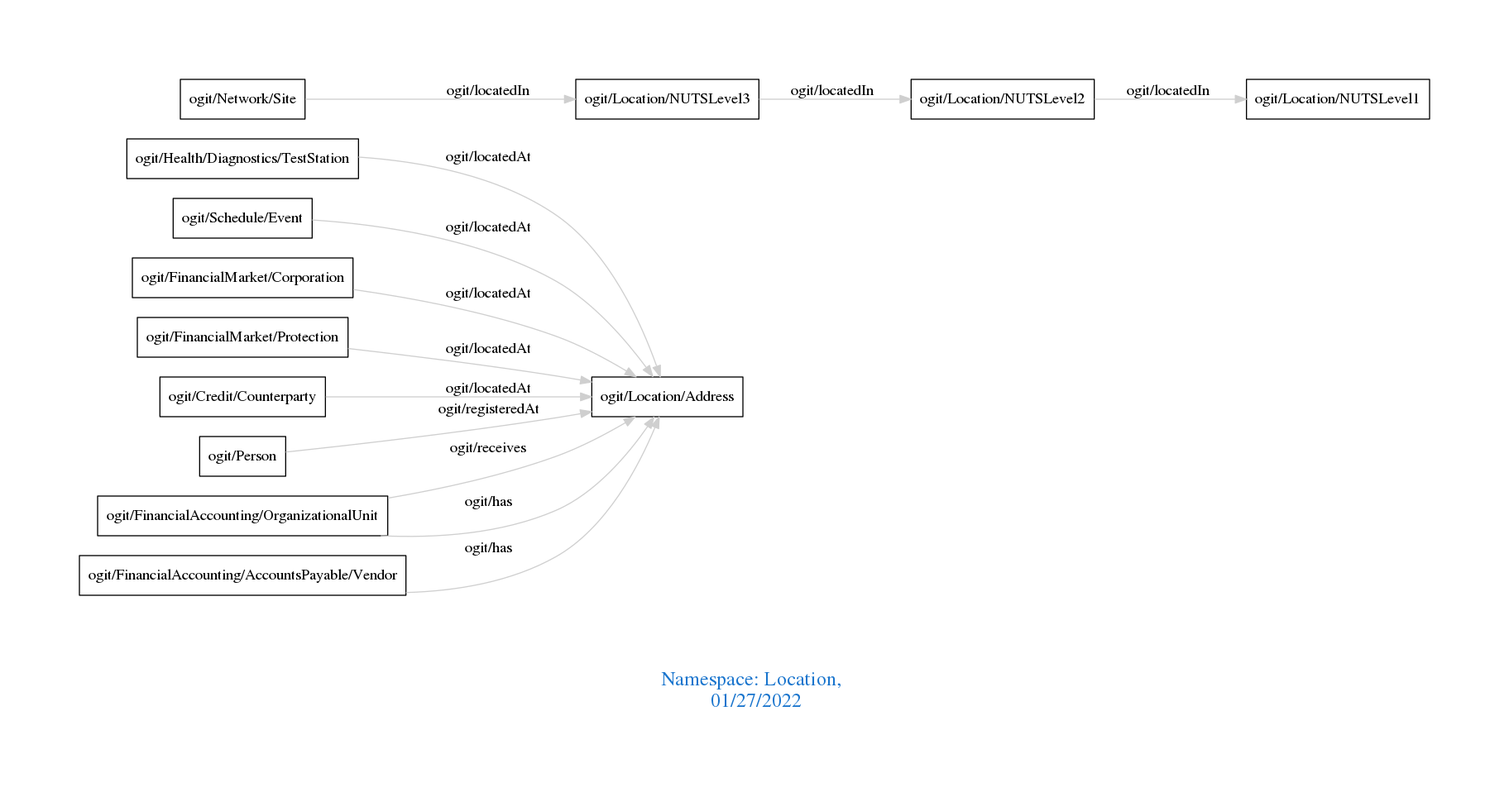
The Graphviz diagram downloads/Location.png in arago/OGIT, before a commit. Its source is kept beside it as downloads/Location.dot.
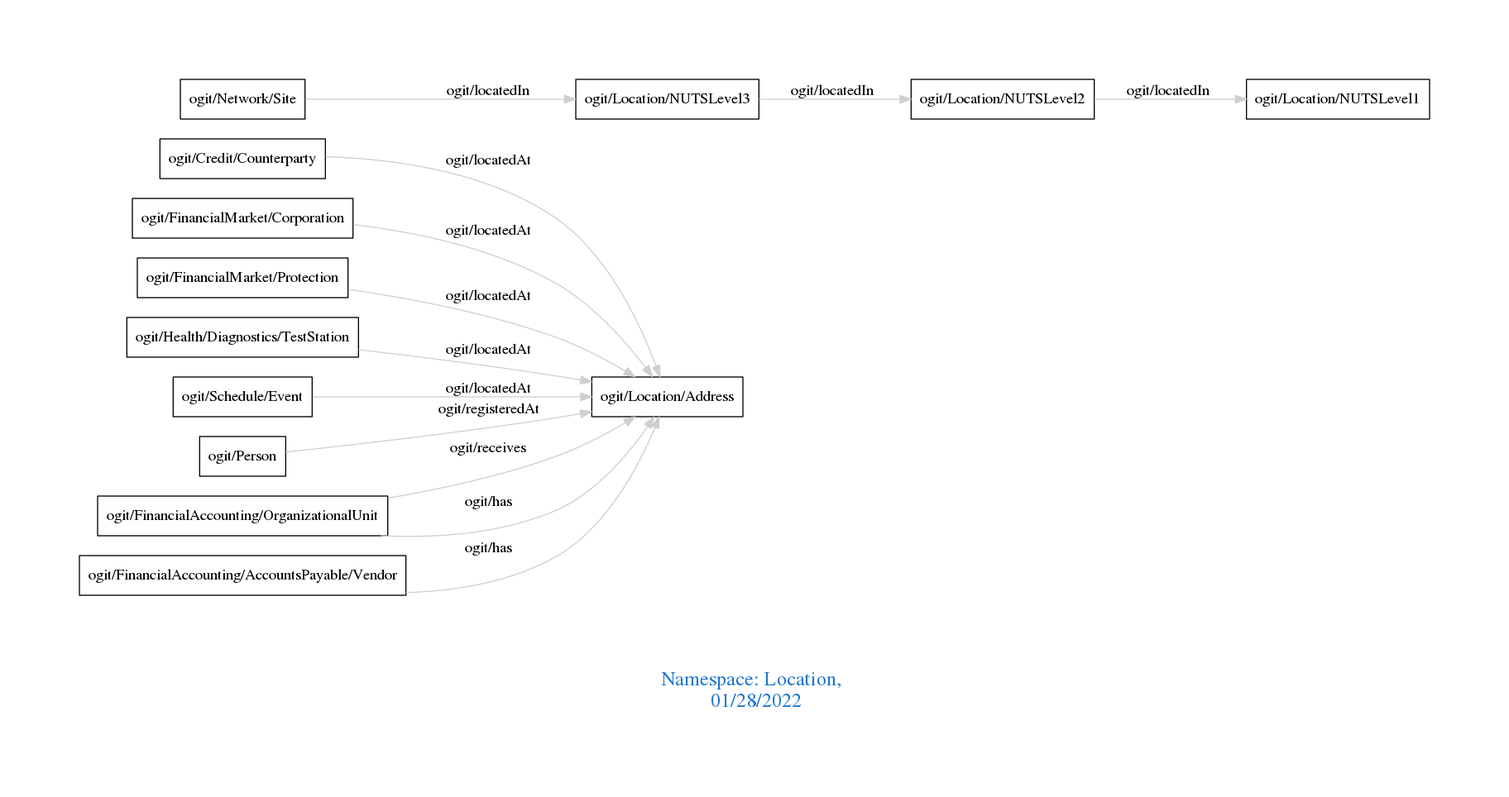
After the change.

What changed in the source:
```diff
@@ -1,20 +1,20 @@
 digraph OGIT_ontology {
  graph [ rankdir= LR,pad=1
 fontsize = 18,
-fontcolor= dodgerblue3,label = "\n\n\nNamespace: Location, \n 01/27/2022"];
+fontcolor= dodgerblue3,label = "\n\n\nNamespace: Location, \n 01/28/2022"];
 node[shape=polygon];
 edge [  color="gray81"];
 
+   "ogit/Credit/Counterparty" -> "ogit/Location/Address" [label="   ogit/locatedAt    "];
+   "ogit/FinancialMarket/Corporation" -> "ogit/Location/Address" [label="   ogit/locatedAt    "];
+   "ogit/FinancialMarket/Protection" -> "ogit/Location/Address" [label="   ogit/locatedAt    "];
    "ogit/Health/Diagnostics/TestStation" -> "ogit/Location/Address" [label="   ogit/locatedAt    "];
    "ogit/Schedule/Event" -> "ogit/Location/Address" [label="   ogit/locatedAt    "];
-   "ogit/FinancialMarket/Corporation" -> "ogit/Location/Address" [label="   ogit/locatedAt    "];
-   "ogit/FinancialMarket/Protection" -> "ogit/Location/Address" [label="   ogit/locatedAt    "];
-   "ogit/Credit/Counterparty" -> "ogit/Location/Address" [label="   ogit/locatedAt    "];
-   "ogit/Network/Site" -> "ogit/Location/NUTSLevel3" [label="   ogit/locatedIn    "];
    "ogit/Location/NUTSLevel2" -> "ogit/Location/NUTSLevel1" [label="   ogit/locatedIn    "];
    "ogit/Location/NUTSLevel3" -> "ogit/Location/NUTSLevel2" [label="   ogit/locatedIn    "];
+   "ogit/Network/Site" -> "ogit/Location/NUTSLevel3" [label="   ogit/locatedIn    "];
    "ogit/Person" -> "ogit/Location/Address" [label="   ogit/registeredAt    "];
    "ogit/FinancialAccounting/OrganizationalUnit" -> "ogit/Location/Address" [label="   ogit/receives    "];
+   "ogit/FinancialAccounting/AccountsPayable/Vendor" -> "ogit/Location/Address" [label="   ogit/has    "];
    "ogit/FinancialAccounting/OrganizationalUnit" -> "ogit/Location/Address" [label="   ogit/has    "];
-   "ogit/FinancialAccounting/AccountsPayable/Vendor" -> "ogit/Location/Address" [label="   ogit/has    "];
 }
```
